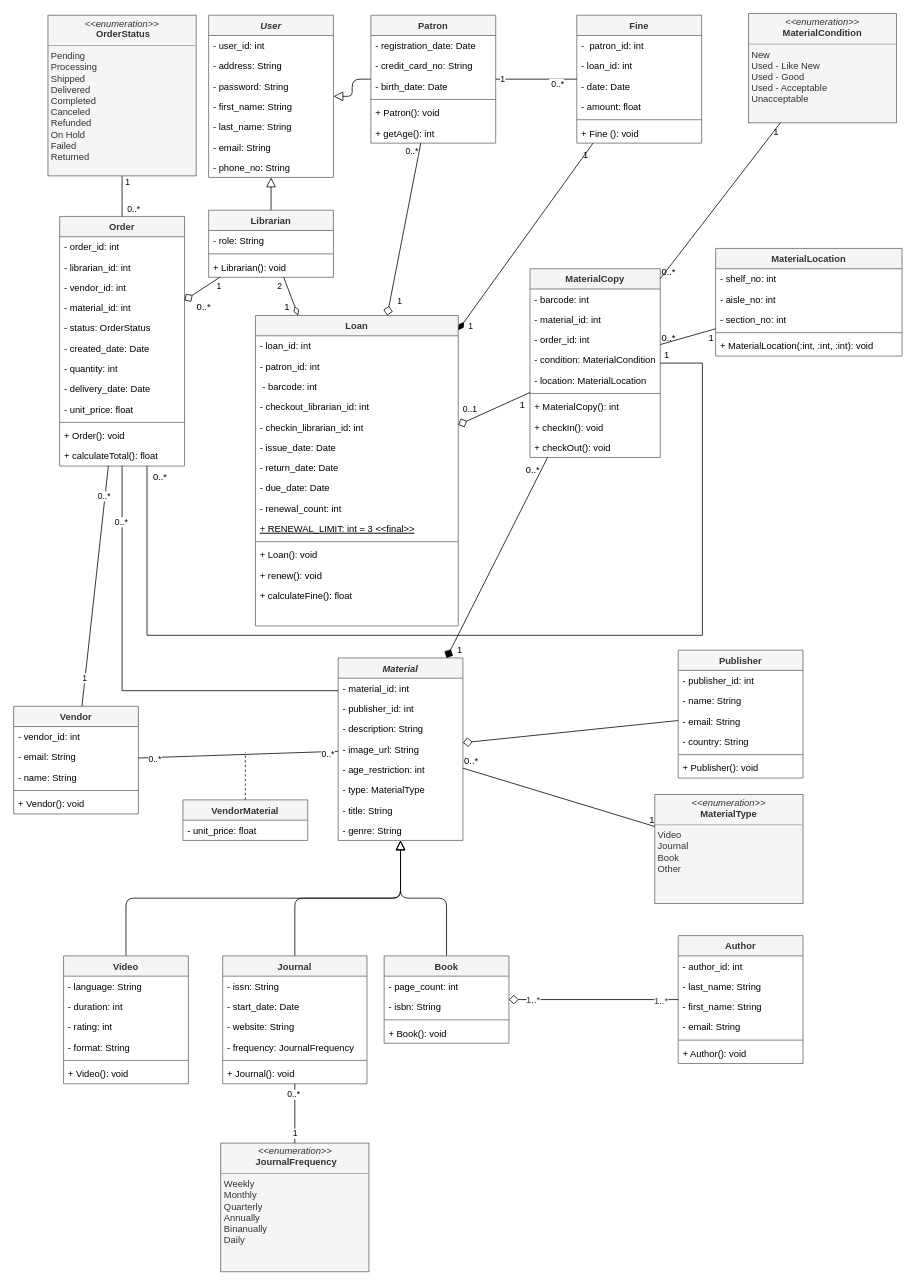
Earlier version of the draw.io diagram docs/assets/uml-class-diagram.drawio (creme332/biblionex). Source tidied: cells renumbered, new cells numbered last; positions are measured from the earlier drawing's top-left corner, leaving out a move shared by most shapes. Both pictures are drawn from the tidied source at 78%, with x=0, y=0 at pixel (13, 13).
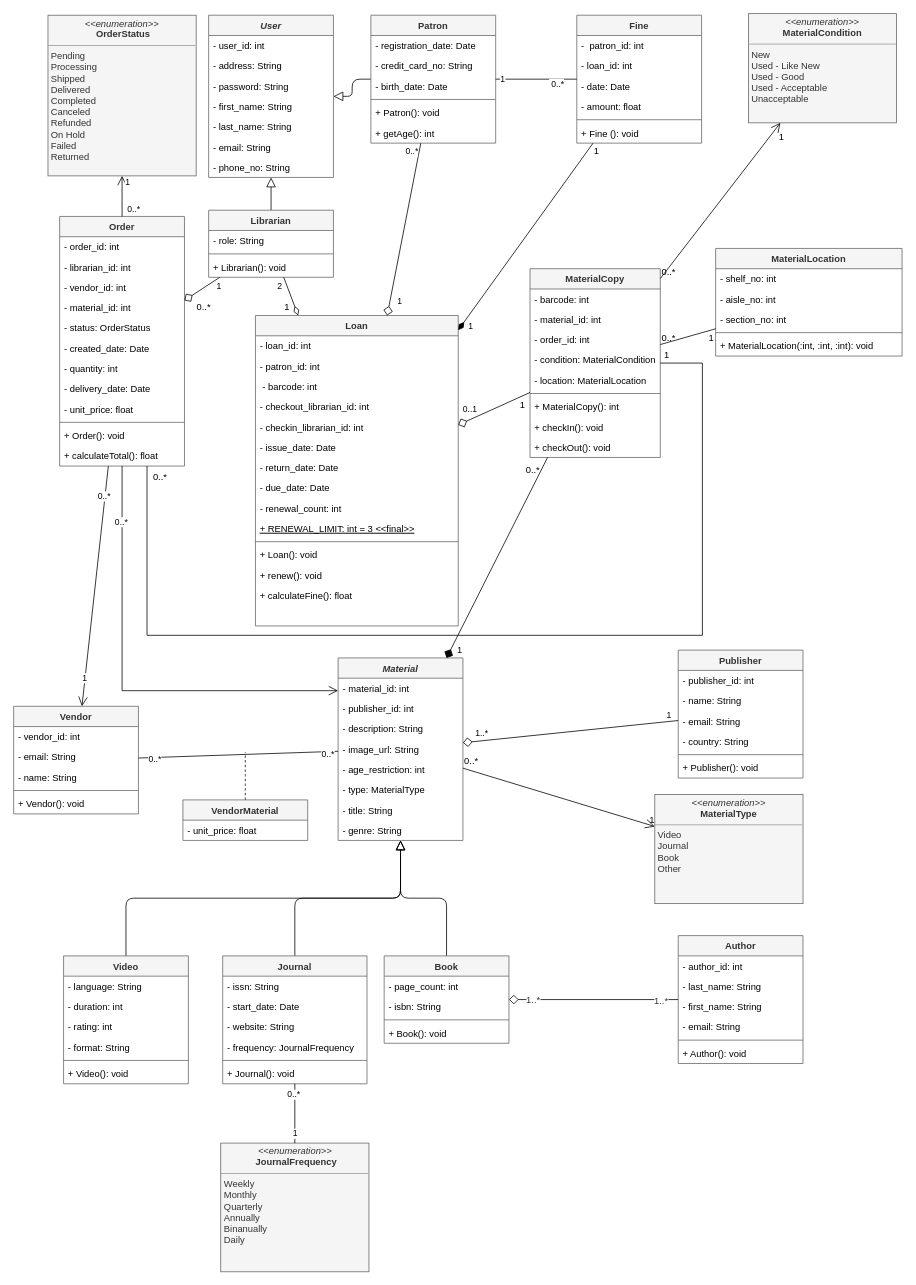
The same diagram, later.

Commit message:
add unary relationship where appropriate

Unchanged cells that the change refers to:
```xml
<mxCell id="46" value="Material" style="swimlane;fontStyle=3;align=center;verticalAlign=top;horizontal=1;startSize=26;fillColor=#f5f5f5;strokeColor=#666666;fontColor=#333333;" parent="1" vertex="1">
  <mxGeometry x="416" y="826" width="160" height="234" as="geometry" />
</mxCell>
<mxCell id="55" value="Order" style="swimlane;fontStyle=1;align=center;verticalAlign=top;horizontal=1;startSize=26;fillColor=#f5f5f5;strokeColor=#666666;fontColor=#333333;" parent="1" vertex="1">
  <mxGeometry x="59" y="260" width="160" height="320" as="geometry" />
</mxCell>
<mxCell id="68" value="MaterialCopy" style="swimlane;fontStyle=1;align=center;verticalAlign=top;horizontal=1;startSize=26;fillColor=#f5f5f5;strokeColor=#666666;fontColor=#333333;" parent="1" vertex="1">
  <mxGeometry x="662" y="327" width="167" height="242" as="geometry" />
</mxCell>
<mxCell id="78" value="Vendor" style="swimlane;fontStyle=1;align=center;verticalAlign=top;horizontal=1;startSize=26;fillColor=#f5f5f5;strokeColor=#666666;fontColor=#333333;" parent="1" vertex="1">
  <mxGeometry y="888" width="160" height="138" as="geometry" />
</mxCell>
<mxCell id="123" style="html=1;endArrow=diamond;endFill=0;startSize=10;endSize=10;" parent="1" edge="1" source="87" target="46">
  <mxGeometry relative="1" as="geometry" />
</mxCell>
<mxCell id="136" value="&lt;p style=&quot;margin:0px;margin-top:4px;text-align:center;&quot;&gt;&lt;i&gt;&amp;lt;&amp;lt;enumeration&amp;gt;&amp;gt;&lt;/i&gt;&lt;br&gt;&lt;b&gt;MaterialType&lt;/b&gt;&lt;/p&gt;&lt;hr size=&quot;1&quot;&gt;&lt;p style=&quot;margin:0px;margin-left:4px;&quot;&gt;Video&lt;/p&gt;&lt;p style=&quot;margin:0px;margin-left:4px;&quot;&gt;Journal&amp;nbsp;&lt;/p&gt;&lt;p style=&quot;margin:0px;margin-left:4px;&quot;&gt;Book&lt;/p&gt;&lt;p style=&quot;margin:0px;margin-left:4px;&quot;&gt;Other&lt;/p&gt;&lt;p style=&quot;margin:0px;margin-left:4px;&quot;&gt;&lt;br&gt;&lt;/p&gt;" style="verticalAlign=top;align=left;overflow=fill;fontSize=12;fontFamily=Helvetica;html=1;strokeColor=#666666;fontColor=#333333;startSize=26;fillColor=#f5f5f5;" parent="1" vertex="1">
  <mxGeometry x="822" y="1001" width="190" height="140" as="geometry" />
</mxCell>
<mxCell id="137" value="&lt;p style=&quot;margin:0px;margin-top:4px;text-align:center;&quot;&gt;&lt;i&gt;&amp;lt;&amp;lt;enumeration&amp;gt;&amp;gt;&lt;/i&gt;&lt;br&gt;&lt;b&gt;MaterialCondition&lt;/b&gt;&lt;/p&gt;&lt;hr size=&quot;1&quot;&gt;&lt;p style=&quot;margin:0px;margin-left:4px;&quot;&gt;New&lt;/p&gt;&lt;p style=&quot;margin:0px;margin-left:4px;&quot;&gt;Used - Like New&lt;/p&gt;&lt;p style=&quot;margin:0px;margin-left:4px;&quot;&gt;Used - Good&lt;/p&gt;&lt;p style=&quot;margin:0px;margin-left:4px;&quot;&gt;Used - Acceptable&lt;/p&gt;&lt;p style=&quot;margin:0px;margin-left:4px;&quot;&gt;Unacceptable&lt;/p&gt;&lt;p style=&quot;margin:0px;margin-left:4px;&quot;&gt;&lt;br&gt;&lt;/p&gt;&lt;p style=&quot;margin:0px;margin-left:4px;&quot;&gt;&lt;br&gt;&lt;/p&gt;" style="verticalAlign=top;align=left;overflow=fill;fontSize=12;fontFamily=Helvetica;html=1;strokeColor=#666666;fontColor=#333333;startSize=26;fillColor=#f5f5f5;" parent="1" vertex="1">
  <mxGeometry x="942" width="190" height="140" as="geometry" />
</mxCell>
<mxCell id="144" style="endArrow=none;html=1;rounded=0;startSize=10;endSize=10;sourcePerimeterSpacing=0;targetPerimeterSpacing=0;startArrow=diamondThin;startFill=1;" parent="1" edge="1" source="23" target="39">
  <mxGeometry relative="1" as="geometry" />
</mxCell>
<mxCell id="148" value="&lt;p style=&quot;margin:0px;margin-top:4px;text-align:center;&quot;&gt;&lt;i&gt;&amp;lt;&amp;lt;enumeration&amp;gt;&amp;gt;&lt;/i&gt;&lt;br&gt;&lt;b&gt;&amp;nbsp;OrderStatus&lt;/b&gt;&lt;/p&gt;&lt;hr size=&quot;1&quot;&gt;&lt;p style=&quot;margin:0px;margin-left:4px;&quot;&gt;Pending&lt;/p&gt;&lt;p style=&quot;margin:0px;margin-left:4px;&quot;&gt;Processing&lt;/p&gt;&lt;p style=&quot;margin:0px;margin-left:4px;&quot;&gt;Shipped&lt;/p&gt;&lt;p style=&quot;margin:0px;margin-left:4px;&quot;&gt;Delivered&lt;/p&gt;&lt;p style=&quot;margin:0px;margin-left:4px;&quot;&gt;Completed&lt;/p&gt;&lt;p style=&quot;margin:0px;margin-left:4px;&quot;&gt;Canceled&lt;/p&gt;&lt;p style=&quot;margin:0px;margin-left:4px;&quot;&gt;Refunded&lt;/p&gt;&lt;p style=&quot;margin:0px;margin-left:4px;&quot;&gt;On Hold&lt;/p&gt;&lt;p style=&quot;margin:0px;margin-left:4px;&quot;&gt;Failed&lt;/p&gt;&lt;p style=&quot;margin:0px;margin-left:4px;&quot;&gt;Returned&lt;/p&gt;&lt;p style=&quot;margin:0px;margin-left:4px;&quot;&gt;&lt;br&gt;&lt;/p&gt;" style="verticalAlign=top;align=left;overflow=fill;fontSize=12;fontFamily=Helvetica;html=1;strokeColor=#666666;fontColor=#333333;startSize=26;fillColor=#f5f5f5;" parent="1" vertex="1">
  <mxGeometry x="44" y="2" width="190" height="206" as="geometry" />
</mxCell>
```

Change to the diagram source:
```diff
@@
+    <mxCell id="184" value="1" style="edgeLabel;html=1;align=center;verticalAlign=middle;" parent="123" vertex="1">
+      <mxGeometry x="-0.88" y="-2" relative="1" as="geometry">
+        <mxPoint x="5" y="-8" as="offset" />
+      </mxGeometry>
+    </mxCell>
+    <mxCell id="185" value="1..*" style="edgeLabel;html=1;align=center;verticalAlign=middle;" parent="123" vertex="1">
+      <mxGeometry x="0.84" y="-2" relative="1" as="geometry">
+        <mxPoint x="1" y="-9" as="offset" />
+      </mxGeometry>
+    </mxCell>
@@
-    <mxCell id="138" style="endArrow=none;html=1;rounded=0;startSize=10;endSize=10;" parent="1" edge="1" source="68" target="137">
+    <mxCell id="138" style="endArrow=open;html=1;rounded=0;startSize=10;endSize=10;endFill=0;" parent="1" edge="1" source="68" target="137">
       <mxGeometry relative="1" as="geometry" />
     </mxCell>
@@
     <mxCell id="140" value="1" style="html=1;align=right;verticalAlign=bottom;" parent="138" vertex="1">
       <mxGeometry x="1" relative="1" as="geometry">
-        <mxPoint x="-2" y="20" as="offset" />
+        <mxPoint x="5" y="27" as="offset" />
       </mxGeometry>
     </mxCell>
-    <mxCell id="141" style="endArrow=none;html=1;rounded=0;startSize=10;endSize=10;" parent="1" edge="1" source="46" target="136">
+    <mxCell id="141" style="endArrow=open;html=1;rounded=0;startSize=10;endSize=10;endFill=0;" parent="1" edge="1" source="46" target="136">
       <mxGeometry relative="1" as="geometry" />
     </mxCell>
@@
     <mxCell id="145" value="1" style="html=1;align=right;verticalAlign=bottom;" parent="144" vertex="1">
       <mxGeometry x="1" relative="1" as="geometry">
-        <mxPoint x="-6" y="24" as="offset" />
+        <mxPoint x="8" y="19" as="offset" />
       </mxGeometry>
     </mxCell>
@@
-    <mxCell id="149" style="endArrow=none;html=1;rounded=0;startSize=10;endSize=10;sourcePerimeterSpacing=0;targetPerimeterSpacing=0;" parent="1" edge="1" source="148" target="55">
+    <mxCell id="149" style="endArrow=none;html=1;rounded=0;startSize=10;endSize=10;sourcePerimeterSpacing=0;targetPerimeterSpacing=0;endFill=0;startArrow=open;startFill=0;" parent="1" edge="1" source="148" target="55">
       <mxGeometry relative="1" as="geometry" />
     </mxCell>
@@
-    <mxCell id="158" style="endArrow=none;html=1;rounded=0;startSize=10;endSize=10;sourcePerimeterSpacing=0;targetPerimeterSpacing=0;" parent="1" edge="1" source="78" target="55">
+    <mxCell id="158" style="endArrow=none;html=1;rounded=0;startSize=10;endSize=10;sourcePerimeterSpacing=0;targetPerimeterSpacing=0;startArrow=open;startFill=0;" parent="1" edge="1" source="78" target="55">
       <mxGeometry relative="1" as="geometry" />
     </mxCell>
@@
-    <mxCell id="161" style="endArrow=none;html=1;rounded=0;startSize=10;endSize=10;sourcePerimeterSpacing=0;targetPerimeterSpacing=0;edgeStyle=orthogonalEdgeStyle;" parent="1" edge="1" source="46" target="55">
+    <mxCell id="161" style="endArrow=none;html=1;rounded=0;startSize=10;endSize=10;sourcePerimeterSpacing=0;targetPerimeterSpacing=0;edgeStyle=orthogonalEdgeStyle;endFill=0;startArrow=open;startFill=0;" parent="1" edge="1" source="46" target="55">
       <mxGeometry relative="1" as="geometry">
         <Array as="points">
           <mxPoint x="139" y="868" />
         </Array>
       </mxGeometry>
     </mxCell>
```
